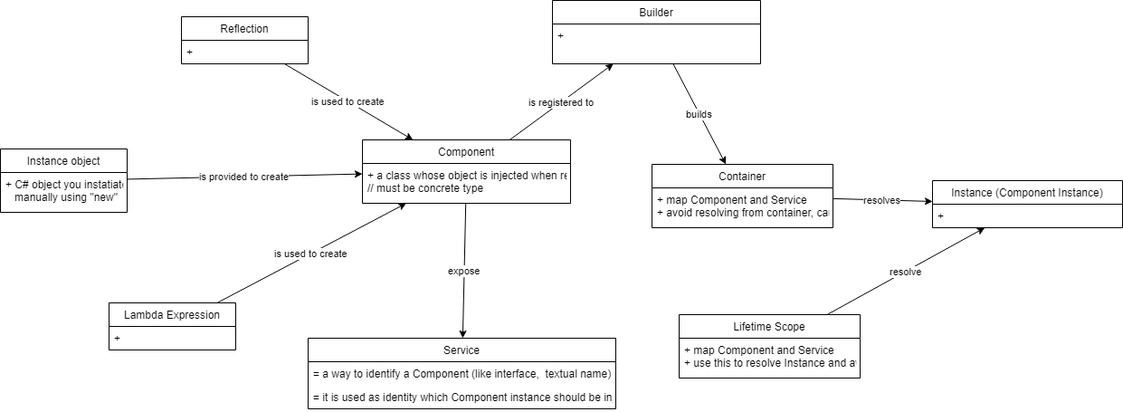
The draw.io diagram Autofac_DI_concept.PNG in stsiwo/cSharp_concept, before a commit. Source tidied: cells renumbered, new cells last; positions are measured from the earlier drawing's top-left corner, leaving out a move shared by most shapes.
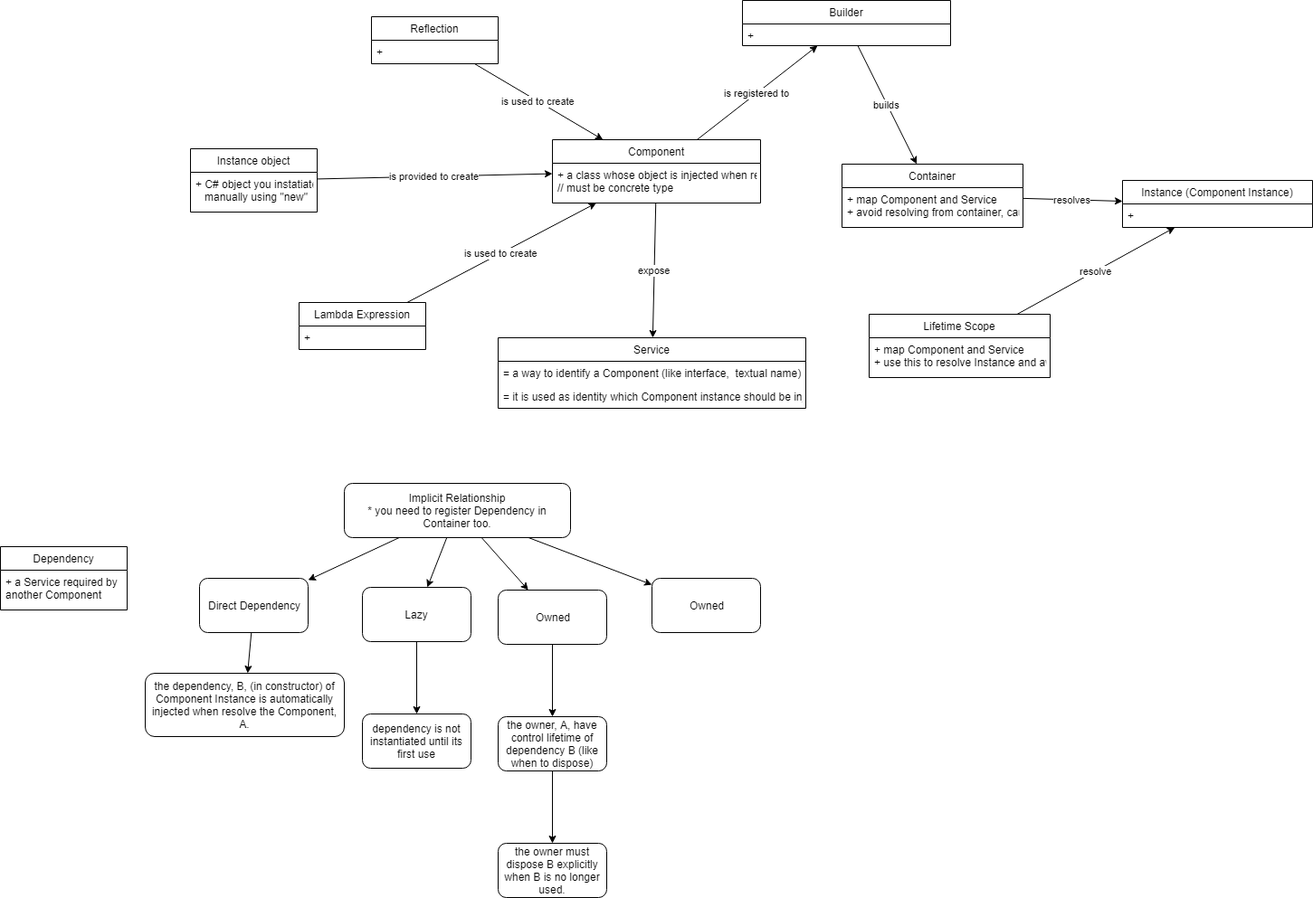
The same diagram one commit later.

The edit, as a diff of the source:
```diff
@@ -78,10 +78,70 @@
       <mxGeometry relative="1" as="geometry" />
     </mxCell>
     <mxCell id="27" value="Builder" style="swimlane;fontStyle=0;horizontal=1;startSize=26;fillColor=none;" parent="1" vertex="1">
-      <mxGeometry x="610" width="230" height="70" as="geometry" />
+      <mxGeometry x="610" width="230" height="50" as="geometry" />
     </mxCell>
     <mxCell id="28" value="+ &#10;" style="text;strokeColor=none;fillColor=none;align=left;verticalAlign=top;spacingLeft=4;spacingRight=4;overflow=hidden;" parent="27" vertex="1">
-      <mxGeometry y="26" width="230" height="44" as="geometry" />
+      <mxGeometry y="26" width="230" height="24" as="geometry" />
     </mxCell>
+    <mxCell id="29" style="edgeStyle=none;rounded=0;jettySize=auto;html=1;" parent="1" edge="1" source="33" target="35">
+      <mxGeometry relative="1" as="geometry" />
+    </mxCell>
+    <mxCell id="30" style="edgeStyle=none;rounded=0;jettySize=auto;html=1;" parent="1" edge="1" source="33" target="40">
+      <mxGeometry relative="1" as="geometry" />
+    </mxCell>
+    <mxCell id="31" style="edgeStyle=none;rounded=0;jettySize=auto;html=1;" parent="1" edge="1" source="33" target="44">
+      <mxGeometry relative="1" as="geometry" />
+    </mxCell>
+    <mxCell id="32" style="edgeStyle=none;rounded=0;jettySize=auto;html=1;" parent="1" edge="1" source="33" target="48">
+      <mxGeometry relative="1" as="geometry" />
+    </mxCell>
+    <mxCell id="33" value="Implicit Relationship&lt;br&gt;* you need to register Dependency in Container too.&lt;br&gt;" style="rounded=1;whiteSpace=wrap;html=1;" parent="1" vertex="1">
+      <mxGeometry x="170" y="534" width="250" height="60" as="geometry" />
+    </mxCell>
+    <mxCell id="34" style="edgeStyle=none;rounded=0;jettySize=auto;html=1;" parent="1" edge="1" source="35" target="36">
+      <mxGeometry relative="1" as="geometry" />
+    </mxCell>
+    <mxCell id="35" value="Direct Dependency" style="rounded=1;whiteSpace=wrap;html=1;" parent="1" vertex="1">
+      <mxGeometry x="10" y="639" width="120" height="60" as="geometry" />
+    </mxCell>
+    <mxCell id="36" value="the dependency, B, (in constructor) of Component Instance is automatically injected when resolve the Component, A." style="rounded=1;whiteSpace=wrap;html=1;" parent="1" vertex="1">
+      <mxGeometry x="-50" y="744" width="220" height="70" as="geometry" />
+    </mxCell>
+    <mxCell id="37" value="Dependency" style="swimlane;fontStyle=0;horizontal=1;startSize=26;fillColor=none;" parent="1" vertex="1">
+      <mxGeometry x="-210" y="604" width="140" height="70" as="geometry" />
+    </mxCell>
+    <mxCell id="38" value="+ a Service required by &#10;another Component" style="text;strokeColor=none;fillColor=none;align=left;verticalAlign=top;spacingLeft=4;spacingRight=4;overflow=hidden;" parent="37" vertex="1">
+      <mxGeometry y="26" width="140" height="44" as="geometry" />
+    </mxCell>
+    <mxCell id="39" style="edgeStyle=none;rounded=0;jettySize=auto;html=1;" parent="1" edge="1" source="40" target="41">
+      <mxGeometry relative="1" as="geometry" />
+    </mxCell>
+    <mxCell id="40" value="Lazy" style="rounded=1;whiteSpace=wrap;html=1;" parent="1" vertex="1">
+      <mxGeometry x="190" y="649" width="120" height="60" as="geometry" />
+    </mxCell>
+    <mxCell id="41" value="dependency is not instantiated until its first use" style="rounded=1;whiteSpace=wrap;html=1;" parent="1" vertex="1">
+      <mxGeometry x="190" y="789" width="120" height="60" as="geometry" />
+    </mxCell>
+    <mxCell id="42" value="&amp;nbsp; &amp;nbsp;" style="text;html=1;align=left;verticalAlign=top;spacingTop=-4;" parent="1" vertex="1">
+      <mxGeometry x="430" y="707" width="30" height="20" as="geometry" />
+    </mxCell>
+    <mxCell id="43" style="edgeStyle=none;rounded=0;jettySize=auto;html=1;" parent="1" edge="1" source="44" target="46">
+      <mxGeometry relative="1" as="geometry" />
+    </mxCell>
+    <mxCell id="44" value="Owned" style="rounded=1;whiteSpace=wrap;html=1;" parent="1" vertex="1">
+      <mxGeometry x="340" y="652" width="120" height="60" as="geometry" />
+    </mxCell>
+    <mxCell id="45" style="edgeStyle=none;rounded=0;jettySize=auto;html=1;" parent="1" edge="1" source="46" target="47">
+      <mxGeometry relative="1" as="geometry" />
+    </mxCell>
+    <mxCell id="46" value="the owner, A, have control lifetime of dependency B (like when to dispose)" style="rounded=1;whiteSpace=wrap;html=1;" parent="1" vertex="1">
+      <mxGeometry x="340" y="792" width="120" height="60" as="geometry" />
+    </mxCell>
+    <mxCell id="47" value="the owner must dispose B explicitly when B is no longer used." style="rounded=1;whiteSpace=wrap;html=1;" parent="1" vertex="1">
+      <mxGeometry x="340" y="932" width="120" height="60" as="geometry" />
+    </mxCell>
+    <mxCell id="48" value="Owned" style="rounded=1;whiteSpace=wrap;html=1;" parent="1" vertex="1">
+      <mxGeometry x="510" y="639" width="120" height="60" as="geometry" />
+    </mxCell>
   </root>
 </mxGraphModel>
```
